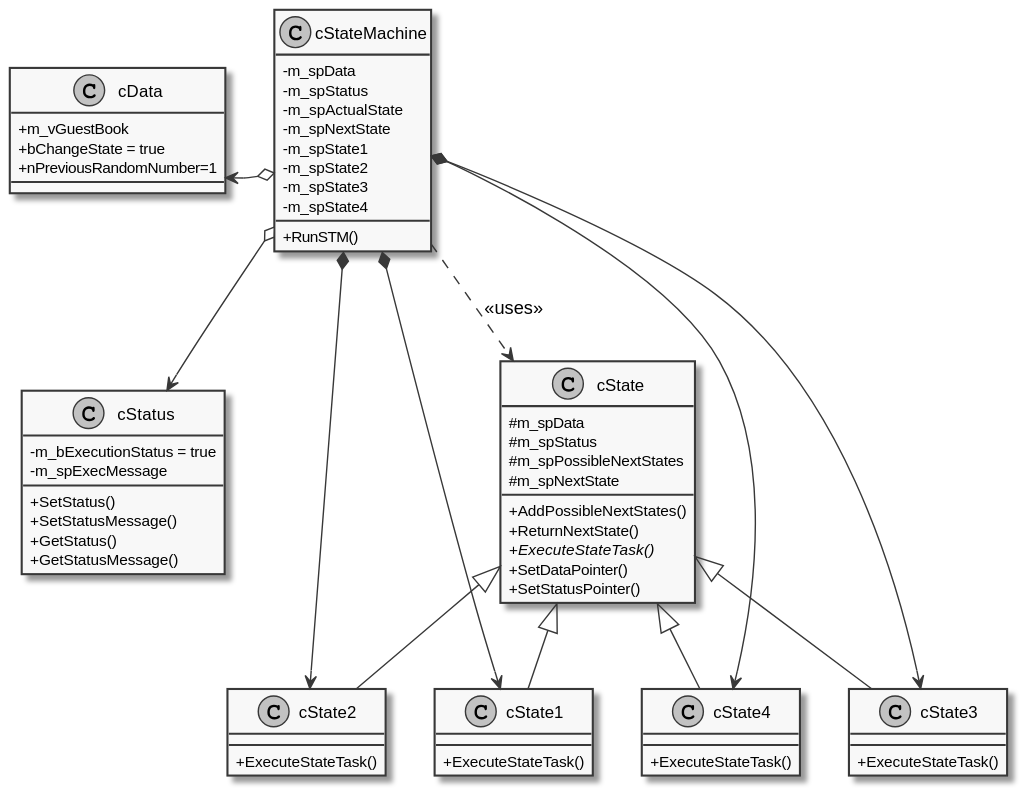
The PlantUML diagram ClassDiagram.svg in VPERepos/StateMachineDesignPattern, before a commit.
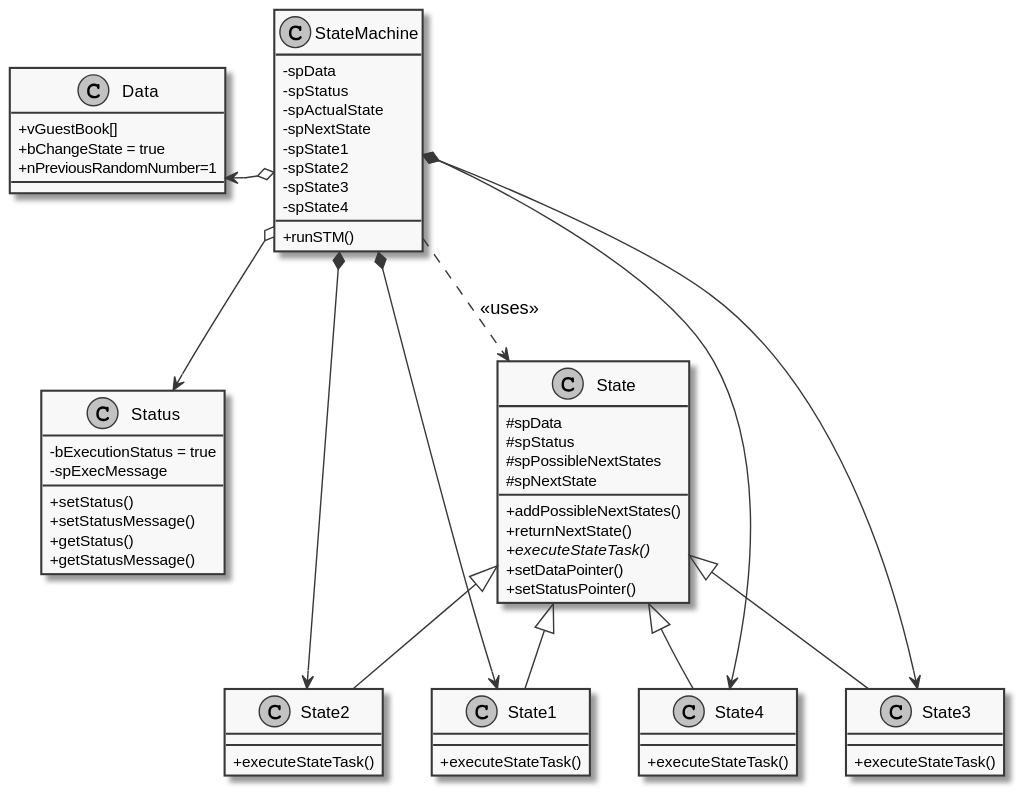
The same file after the commit.

Commit message:
Major refactoring plus sequence diagrame

Change to the diagram source:
```diff
@@ -4,74 +4,75 @@
 skinparam classAttributeIconSize 0
 
 together dataAndStatusGroup{
-    class cData{
-        +m_vGuestBook
+    class Data{
+        +vGuestBook[]
         +bChangeState = true
         +nPreviousRandomNumber=1
     }
 
-    class cStatus{
-        +SetStatus()
-        +SetStatusMessage()
-        +GetStatus()
-        +GetStatusMessage()
-        -m_bExecutionStatus = true
-        -m_spExecMessage
+    class Status{
+        +setStatus()
+        +setStatusMessage()
+        +getStatus()
+        +getStatusMessage()
+        -bExecutionStatus = true
+        -spExecMessage
     }
 }
-class cStateMachine{
-    -m_spData
-    -m_spStatus
-    -m_spActualState
-    -m_spNextState
-    -m_spState1
-    -m_spState2
-    -m_spState3
-    -m_spState4
-    +RunSTM()
+class StateMachine{
+    -spData
+    -spStatus
+    -spActualState
+    -spNextState
+    -spState1
+    -spState2
+    -spState3
+    -spState4
+    +runSTM()
 }
 
-class cState{
-    #m_spData
-    #m_spStatus
-    #m_spPossibleNextStates
-    #m_spNextState
-    +AddPossibleNextStates()
-    +ReturnNextState()
-    {abstract}+ExecuteStateTask()
-    +SetDataPointer()
-    +SetStatusPointer()
+class State{
+    #spData
+    #spStatus
+    #spPossibleNextStates
+    #spNextState
+    +addPossibleNextStates()
+    +returnNextState()
+    {abstract}+executeStateTask()
+    +setDataPointer()
+    +setStatusPointer()
 }
-class cState1{
-    +ExecuteStateTask()
+class State1{
+    +executeStateTask()
 }
-class cState2{
-    +ExecuteStateTask()
+class State2{
+    +executeStateTask()
 }
-class cState3{
-    +ExecuteStateTask()
+class State3{
+    +executeStateTask()
 }
-class cState4{
-    +ExecuteStateTask()
+class State4{
+    +executeStateTask()
 }
 
-cState <|-- cState1
-cState <|-- cState2
-cState <|-- cState3
-cState <|-- cState4
+State <|-- State1
+State <|-- State2
+State <|-- State3
+State <|-- State4
 
 
-cStateMachine *--> cState1
-cStateMachine *--> cState2
-cStateMachine *--> cState3
-cStateMachine *--> cState4
+StateMachine *--> State1
+StateMachine *--> State2
+StateMachine *--> State3
+StateMachine *--> State4
 
-cStateMachine ..> cState:<<uses>>
+StateMachine ..> State:<<uses>>
 
-cData -[hidden]down- cStatus
-cStateMachine o--> cData
-cStateMachine o--> cStatus
+Data -[hidden]down- Status
+StateMachine o--> Data
+StateMachine o--> Status
 
-cStateMachine -[hidden]right-- cData
-cStateMachine -[hidden]right-- cStatus
+StateMachine -[hidden]right-- Data
+StateMachine -[hidden]right-- Status
+
 @enduml
```
